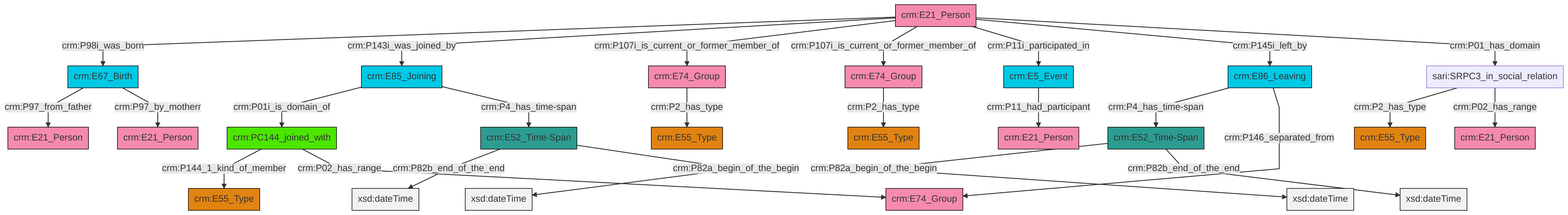
swiss-art-research-net/reference-data-models keeps this Mermaid diagram as et/personCSV/ttl/mmd/png/Person_Actor_Relations.png. Above is the earlier version. Its source is kept beside it as et/personCSV/ttl/mmd/Person_Actor_Relations.ttl.mmd.
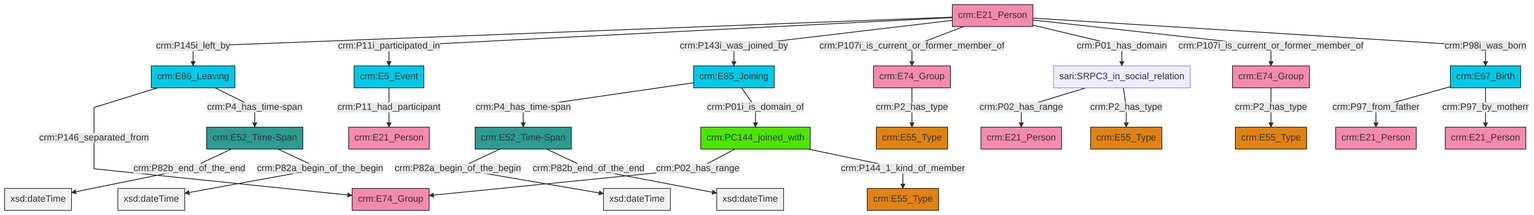
After the commit.

Diff of the diagram source:
```diff
@@ -13,27 +13,27 @@
 classDef PC_Classes fill:#4ce600, stroke:#000000;
 classDef Multi fill:#cccccc,stroke:#000000;
 
-0["crm:PC144_joined_with"]:::PC_Classes -->|crm:P144_1_kind_of_member| 1["crm:E55_Type"]:::Type
-2["crm:E21_Person"]:::Actor -->|crm:P98i_was_born| 3["crm:E67_Birth"]:::Temporal_Entity
-3["crm:E67_Birth"]:::Temporal_Entity -->|crm:P97_from_father| 4["crm:E21_Person"]:::Actor
-2["crm:E21_Person"]:::Actor -->|crm:P143i_was_joined_by| 5["crm:E85_Joining"]:::Temporal_Entity
-6["crm:E74_Group"]:::Actor -->|crm:P2_has_type| 7["crm:E55_Type"]:::Type
-3["crm:E67_Birth"]:::Temporal_Entity -->|crm:P97_by_motherr| 8["crm:E21_Person"]:::Actor
-10["sari:SRPC3_in_social_relation"]:::Default -->|crm:P2_has_type| 11["crm:E55_Type"]:::Type
-5["crm:E85_Joining"]:::Temporal_Entity -->|crm:P01i_is_domain_of| 0["crm:PC144_joined_with"]:::PC_Classes
-2["crm:E21_Person"]:::Actor -->|crm:P107i_is_current_or_former_member_of| 17["crm:E74_Group"]:::Actor
-10["sari:SRPC3_in_social_relation"]:::Default -->|crm:P02_has_range| 18["crm:E21_Person"]:::Actor
-14["crm:E52_Time-Span"]:::Time-Span -->|crm:P82b_end_of_the_end| 21[xsd:dateTime]:::Literal
-14["crm:E52_Time-Span"]:::Time-Span -->|crm:P82a_begin_of_the_begin| 23[xsd:dateTime]:::Literal
-5["crm:E85_Joining"]:::Temporal_Entity -->|crm:P4_has_time-span| 14["crm:E52_Time-Span"]:::Time-Span
-19["crm:E5_Event"]:::Temporal_Entity -->|crm:P11_had_participant| 26["crm:E21_Person"]:::Actor
-17["crm:E74_Group"]:::Actor -->|crm:P2_has_type| 28["crm:E55_Type"]:::Type
-2["crm:E21_Person"]:::Actor -->|crm:P107i_is_current_or_former_member_of| 6["crm:E74_Group"]:::Actor
-37["crm:E52_Time-Span"]:::Time-Span -->|crm:P82a_begin_of_the_begin| 38[xsd:dateTime]:::Literal
-34["crm:E86_Leaving"]:::Temporal_Entity -->|crm:P4_has_time-span| 37["crm:E52_Time-Span"]:::Time-Span
-2["crm:E21_Person"]:::Actor -->|crm:P11i_participated_in| 19["crm:E5_Event"]:::Temporal_Entity
-2["crm:E21_Person"]:::Actor -->|crm:P145i_left_by| 34["crm:E86_Leaving"]:::Temporal_Entity
-2["crm:E21_Person"]:::Actor -->|crm:P01_has_domain| 10["sari:SRPC3_in_social_relation"]:::Default
-0["crm:PC144_joined_with"]:::PC_Classes -->|crm:P02_has_range| 31["crm:E74_Group"]:::Actor
-37["crm:E52_Time-Span"]:::Time-Span -->|crm:P82b_end_of_the_end| 46[xsd:dateTime]:::Literal
-34["crm:E86_Leaving"]:::Temporal_Entity -->|crm:P146_separated_from| 31["crm:E74_Group"]:::Actor
+0["crm:E67_Birth"]:::Temporal_Entity -->|crm:P97_from_father| 1["crm:E21_Person"]:::Actor
+2["crm:E5_Event"]:::Temporal_Entity -->|crm:P11_had_participant| 3["crm:E21_Person"]:::Actor
+10["crm:E21_Person"]:::Actor -->|crm:P145i_left_by| 11["crm:E86_Leaving"]:::Temporal_Entity
+12["crm:E52_Time-Span"]:::Time-Span -->|crm:P82b_end_of_the_end| 13[xsd:dateTime]:::Literal
+8["crm:E85_Joining"]:::Temporal_Entity -->|crm:P4_has_time-span| 6["crm:E52_Time-Span"]:::Time-Span
+8["crm:E85_Joining"]:::Temporal_Entity -->|crm:P01i_is_domain_of| 4["crm:PC144_joined_with"]:::PC_Classes
+18["crm:E74_Group"]:::Actor -->|crm:P2_has_type| 19["crm:E55_Type"]:::Type
+6["crm:E52_Time-Span"]:::Time-Span -->|crm:P82a_begin_of_the_begin| 24[xsd:dateTime]:::Literal
+6["crm:E52_Time-Span"]:::Time-Span -->|crm:P82b_end_of_the_end| 25[xsd:dateTime]:::Literal
+11["crm:E86_Leaving"]:::Temporal_Entity -->|crm:P146_separated_from| 32["crm:E74_Group"]:::Actor
+29["crm:E74_Group"]:::Actor -->|crm:P2_has_type| 26["crm:E55_Type"]:::Type
+10["crm:E21_Person"]:::Actor -->|crm:P11i_participated_in| 2["crm:E5_Event"]:::Temporal_Entity
+4["crm:PC144_joined_with"]:::PC_Classes -->|crm:P02_has_range| 32["crm:E74_Group"]:::Actor
+10["crm:E21_Person"]:::Actor -->|crm:P143i_was_joined_by| 8["crm:E85_Joining"]:::Temporal_Entity
+16["sari:SRPC3_in_social_relation"]:::Default -->|crm:P02_has_range| 14["crm:E21_Person"]:::Actor
+16["sari:SRPC3_in_social_relation"]:::Default -->|crm:P2_has_type| 36["crm:E55_Type"]:::Type
+10["crm:E21_Person"]:::Actor -->|crm:P107i_is_current_or_former_member_of| 29["crm:E74_Group"]:::Actor
+10["crm:E21_Person"]:::Actor -->|crm:P01_has_domain| 16["sari:SRPC3_in_social_relation"]:::Default
+0["crm:E67_Birth"]:::Temporal_Entity -->|crm:P97_by_motherr| 37["crm:E21_Person"]:::Actor
+10["crm:E21_Person"]:::Actor -->|crm:P107i_is_current_or_former_member_of| 18["crm:E74_Group"]:::Actor
+4["crm:PC144_joined_with"]:::PC_Classes -->|crm:P144_1_kind_of_member| 20["crm:E55_Type"]:::Type
+12["crm:E52_Time-Span"]:::Time-Span -->|crm:P82a_begin_of_the_begin| 45[xsd:dateTime]:::Literal
+11["crm:E86_Leaving"]:::Temporal_Entity -->|crm:P4_has_time-span| 12["crm:E52_Time-Span"]:::Time-Span
+10["crm:E21_Person"]:::Actor -->|crm:P98i_was_born| 0["crm:E67_Birth"]:::Temporal_Entity
```
